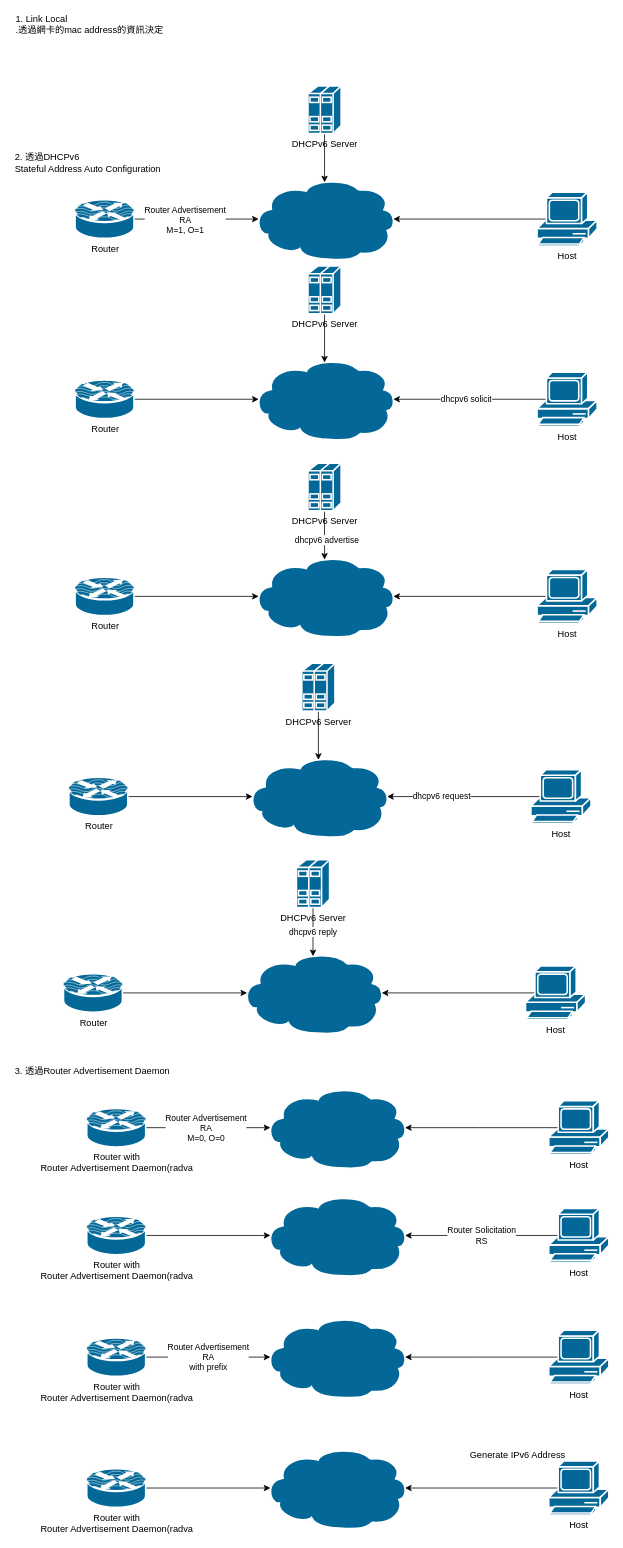
Earlier version of the draw.io diagram page "IPv6" (6 of 6) of GW7557.drawio (nelsonchung/drawio). Source tidied: cells renumbered, new cells numbered last; positions are measured from the earlier drawing's top-left corner, leaving out a move shared by most shapes. Both pictures are drawn from the tidied source at 77%, with x=0, y=0 at pixel (13, 16).
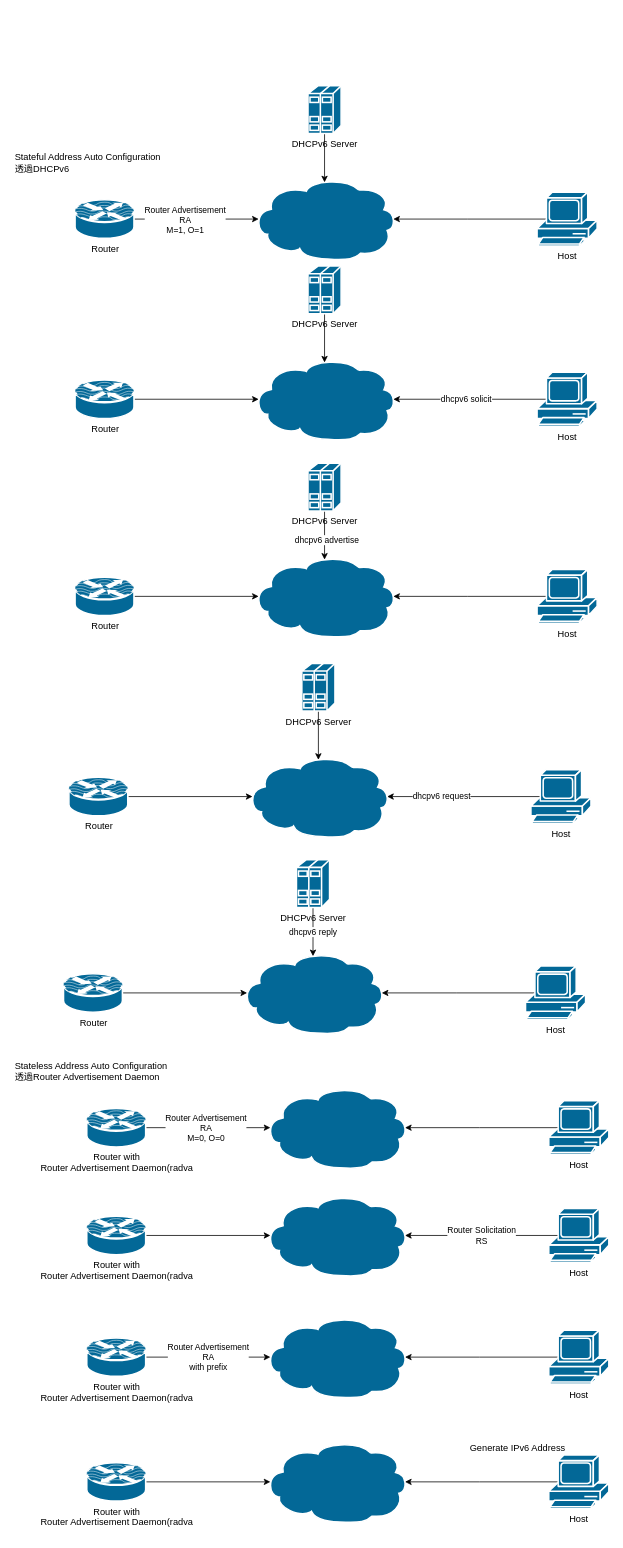
Above is the later version.

Commit message:
[GW7557] Update stateless and statefull auto configuration

What changed in the source:
```diff
@@
-    <mxCell id="5" value="3. 透過Router Advertisement Daemon" style="text;html=1;strokeColor=none;fillColor=none;align=left;verticalAlign=middle;whiteSpace=wrap;rounded=0;" parent="1" vertex="1">
+    <mxCell id="5" value="Stateless Address Auto Configuration&lt;br&gt;透過Router Advertisement Daemon" style="text;html=1;strokeColor=none;fillColor=none;align=left;verticalAlign=middle;whiteSpace=wrap;rounded=0;" parent="1" vertex="1">
       <mxGeometry y="1360" width="210" height="20" as="geometry" />
     </mxCell>
-    <mxCell id="6" value="1. Link Local&lt;br&gt;.透過網卡的mac address的資訊決定" style="text;html=1;strokeColor=none;fillColor=none;align=left;verticalAlign=middle;whiteSpace=wrap;rounded=0;" parent="1" vertex="1">
-      <mxGeometry x="1" width="310" height="20" as="geometry" />
-    </mxCell>
-    <mxCell id="7" value="2. 透過DHCPv6&amp;nbsp;&lt;br&gt;Stateful Address Auto Configuration&amp;nbsp;" style="text;html=1;strokeColor=none;fillColor=none;align=left;verticalAlign=middle;whiteSpace=wrap;rounded=0;" parent="1" vertex="1">
+    <mxCell id="7" value="Stateful Address Auto Configuration&amp;nbsp;&lt;br&gt;透過DHCPv6&amp;nbsp;" style="text;html=1;strokeColor=none;fillColor=none;align=left;verticalAlign=middle;whiteSpace=wrap;rounded=0;" parent="1" vertex="1">
       <mxGeometry y="180" width="210" height="20" as="geometry" />
     </mxCell>
@@
     <mxCell id="16" value="Router with&lt;br&gt;Router Advertisement Daemon(radva" style="shape=mxgraph.cisco.routers.netflow_router;html=1;dashed=0;fillColor=#036897;strokeColor=#ffffff;strokeWidth=2;verticalLabelPosition=bottom;verticalAlign=top;align=center;outlineConnect=0;" parent="1" vertex="1">
-      <mxGeometry x="95.2" y="1886" width="77" height="50" as="geometry" />
+      <mxGeometry x="95.2" y="1878" width="77" height="50" as="geometry" />
     </mxCell>
     <mxCell id="17" style="shape=mxgraph.cisco.storage.cloud;html=1;dashed=0;fillColor=#036897;strokeColor=#ffffff;strokeWidth=2;verticalLabelPosition=bottom;verticalAlign=top;align=center;outlineConnect=0;" parent="1" vertex="1">
-      <mxGeometry x="326.2" y="1858" width="186" height="106" as="geometry" />
+      <mxGeometry x="326.2" y="1850" width="186" height="106" as="geometry" />
     </mxCell>
     <mxCell id="18" style="edgeStyle=orthogonalEdgeStyle;rounded=0;jettySize=auto;html=1;exitX=0.16;exitY=0.5;exitDx=0;exitDy=0;exitPerimeter=0;entryX=0.98;entryY=0.5;entryDx=0;entryDy=0;entryPerimeter=0;" parent="1" edge="1" source="19" target="17">
       <mxGeometry relative="1" as="geometry">
         <Array as="points">
-          <mxPoint x="605.2" y="1911" />
-          <mxPoint x="605.2" y="1911" />
+          <mxPoint x="605.2" y="1903" />
+          <mxPoint x="605.2" y="1903" />
         </Array>
       </mxGeometry>
     </mxCell>
     <mxCell id="19" value="Host" style="shape=mxgraph.cisco.computers_and_peripherals.pc;html=1;dashed=0;fillColor=#036897;strokeColor=#ffffff;strokeWidth=2;verticalLabelPosition=bottom;verticalAlign=top;align=center;outlineConnect=0;" parent="1" vertex="1">
-      <mxGeometry x="695.2" y="1876" width="78" height="70" as="geometry" />
+      <mxGeometry x="695.2" y="1868" width="78" height="70" as="geometry" />
     </mxCell>
     <mxCell id="20" value="Generate IPv6 Address" style="text;html=1;strokeColor=none;fillColor=none;align=center;verticalAlign=middle;whiteSpace=wrap;rounded=0;" parent="1" vertex="1">
-      <mxGeometry x="540" y="1858" width="230" height="20" as="geometry" />
+      <mxGeometry x="540" y="1850" width="230" height="20" as="geometry" />
     </mxCell>
```
